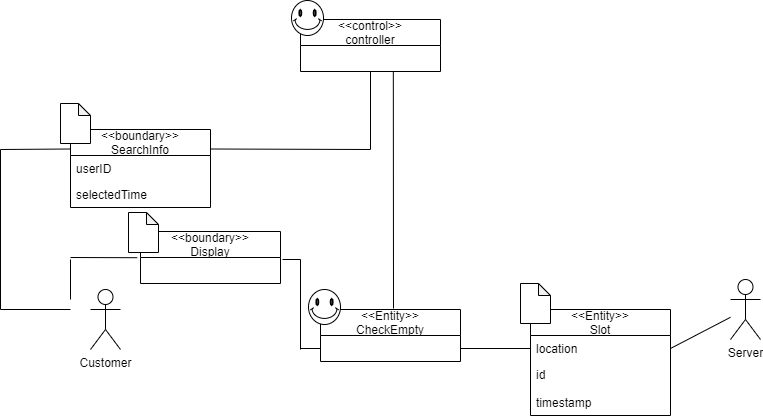
Earlier version of the draw.io export UC1_DomainModel.png (ch33233/SWE-Parking_Booking). Source tidied: cells renumbered, new cells last; positions are measured from the earlier drawing's top-left corner, leaving out a move shared by most shapes. The source it was exported from:
```xml
<mxGraphModel>
  <root>
    <mxCell id="0" />
    <mxCell id="1" parent="0" />
    <mxCell id="2" value="&lt;&lt;boundary&gt;&gt;&#10;SearchInfo" style="swimlane;fontStyle=0;horizontal=1;startSize=26;fillColor=none;" parent="1" vertex="1">
      <mxGeometry x="70" y="129" width="140" height="78" as="geometry" />
    </mxCell>
    <mxCell id="3" value="userID" style="text;strokeColor=none;fillColor=none;align=left;verticalAlign=top;spacingLeft=4;spacingRight=4;overflow=hidden;" parent="2" vertex="1">
      <mxGeometry y="26" width="140" height="26" as="geometry" />
    </mxCell>
    <mxCell id="4" value="selectedTime" style="text;strokeColor=none;fillColor=none;align=left;verticalAlign=top;spacingLeft=4;spacingRight=4;overflow=hidden;" parent="2" vertex="1">
      <mxGeometry y="52" width="140" height="26" as="geometry" />
    </mxCell>
    <mxCell id="5" value="Customer" style="shape=umlActor;verticalLabelPosition=bottom;verticalAlign=top;html=1;" parent="1" vertex="1">
      <mxGeometry x="90" y="289" width="30" height="60" as="geometry" />
    </mxCell>
    <mxCell id="6" style="endArrow=none;html=1;" parent="1" edge="1">
      <mxGeometry relative="1" as="geometry">
        <mxPoint x="70" y="309" as="sourcePoint" />
        <mxPoint y="309" as="targetPoint" />
      </mxGeometry>
    </mxCell>
    <mxCell id="7" style="endArrow=none;html=1;" parent="1" edge="1">
      <mxGeometry relative="1" as="geometry">
        <mxPoint y="309" as="sourcePoint" />
        <mxPoint y="149" as="targetPoint" />
      </mxGeometry>
    </mxCell>
    <mxCell id="8" style="endArrow=none;html=1;entryX=0;entryY=0.25;entryDx=0;entryDy=0;" parent="1" edge="1" target="2">
      <mxGeometry relative="1" as="geometry">
        <mxPoint y="149" as="sourcePoint" />
      </mxGeometry>
    </mxCell>
    <mxCell id="9" style="endArrow=none;html=1;" parent="1" edge="1" target="10">
      <mxGeometry relative="1" as="geometry">
        <mxPoint x="370" y="149" as="sourcePoint" />
      </mxGeometry>
    </mxCell>
    <mxCell id="10" value="&lt;&lt;control&gt;&gt;&#10;controller" style="swimlane;fontStyle=0;horizontal=1;startSize=26;fillColor=none;" parent="1" vertex="1">
      <mxGeometry x="300" y="19" width="140" height="52" as="geometry" />
    </mxCell>
    <mxCell id="11" style="endArrow=none;html=1;exitX=1;exitY=0.25;exitDx=0;exitDy=0;" parent="1" edge="1" source="2">
      <mxGeometry relative="1" as="geometry">
        <mxPoint x="370" y="149" as="targetPoint" />
      </mxGeometry>
    </mxCell>
    <mxCell id="12" style="endArrow=none;html=1;entryX=0.663;entryY=1.085;entryDx=0;entryDy=0;entryPerimeter=0;" parent="1" edge="1">
      <mxGeometry relative="1" as="geometry">
        <mxPoint x="393" y="308" as="sourcePoint" />
        <mxPoint x="392.8" y="71" as="targetPoint" />
      </mxGeometry>
    </mxCell>
    <mxCell id="13" value="&lt;&lt;Entity&gt;&gt;&#10;CheckEmpty" style="swimlane;fontStyle=0;horizontal=1;startSize=26;fillColor=none;" parent="1" vertex="1">
      <mxGeometry x="320" y="309" width="140" height="52" as="geometry" />
    </mxCell>
    <mxCell id="14" style="endArrow=none;html=1;exitX=1;exitY=0.5;exitDx=0;exitDy=0;" parent="1" edge="1">
      <mxGeometry relative="1" as="geometry">
        <mxPoint x="460" y="348" as="sourcePoint" />
        <mxPoint x="530" y="348" as="targetPoint" />
      </mxGeometry>
    </mxCell>
    <mxCell id="15" value="&lt;&lt;Entity&gt;&gt;&#10;Slot" style="swimlane;fontStyle=0;horizontal=1;startSize=26;fillColor=none;" parent="1" vertex="1">
      <mxGeometry x="530" y="309" width="140" height="106" as="geometry" />
    </mxCell>
    <mxCell id="16" value="location" style="text;strokeColor=none;fillColor=none;align=left;verticalAlign=top;spacingLeft=4;spacingRight=4;overflow=hidden;points=[[0,0.5],[1,0.5]];portConstraint=eastwest;" parent="15" vertex="1">
      <mxGeometry y="26" width="140" height="26" as="geometry" />
    </mxCell>
    <mxCell id="17" value="id" style="text;strokeColor=none;fillColor=none;align=left;verticalAlign=top;spacingLeft=4;spacingRight=4;overflow=hidden;" parent="15" vertex="1">
      <mxGeometry y="52" width="140" height="28" as="geometry" />
    </mxCell>
    <mxCell id="18" value="timestamp" style="text;strokeColor=none;fillColor=none;align=left;verticalAlign=top;spacingLeft=4;spacingRight=4;overflow=hidden;" parent="15" vertex="1">
      <mxGeometry y="80" width="140" height="26" as="geometry" />
    </mxCell>
    <mxCell id="19" value="Server" style="shape=umlActor;verticalLabelPosition=bottom;verticalAlign=top;html=1;" parent="1" vertex="1">
      <mxGeometry x="730" y="279" width="30" height="60" as="geometry" />
    </mxCell>
    <mxCell id="20" style="endArrow=none;html=1;exitX=1;exitY=0.5;exitDx=0;exitDy=0;" parent="1" edge="1" source="16" target="19">
      <mxGeometry relative="1" as="geometry" />
    </mxCell>
    <mxCell id="21" value="&lt;&lt;boundary&gt;&gt;&#10;Display" style="swimlane;fontStyle=0;horizontal=1;startSize=26;fillColor=none;" parent="1" vertex="1">
      <mxGeometry x="140" y="231" width="140" height="52" as="geometry" />
    </mxCell>
    <mxCell id="22" style="endArrow=none;html=1;exitX=0;exitY=0.75;exitDx=0;exitDy=0;" parent="1" edge="1" source="13">
      <mxGeometry relative="1" as="geometry">
        <mxPoint x="300" y="348" as="targetPoint" />
      </mxGeometry>
    </mxCell>
    <mxCell id="23" style="endArrow=none;html=1;" parent="1" edge="1">
      <mxGeometry relative="1" as="geometry">
        <mxPoint x="300" y="349" as="sourcePoint" />
        <mxPoint x="300" y="259" as="targetPoint" />
      </mxGeometry>
    </mxCell>
    <mxCell id="24" style="endArrow=none;html=1;" parent="1" edge="1">
      <mxGeometry relative="1" as="geometry">
        <mxPoint x="300" y="259" as="sourcePoint" />
        <mxPoint x="282" y="259" as="targetPoint" />
      </mxGeometry>
    </mxCell>
    <mxCell id="25" style="endArrow=none;html=1;exitX=-0.023;exitY=0.008;exitDx=0;exitDy=0;exitPerimeter=0;" parent="1" edge="1">
      <mxGeometry relative="1" as="geometry">
        <mxPoint x="136.8" y="257.2" as="sourcePoint" />
        <mxPoint x="70" y="257" as="targetPoint" />
      </mxGeometry>
    </mxCell>
    <mxCell id="26" style="endArrow=none;html=1;" parent="1" edge="1">
      <mxGeometry relative="1" as="geometry">
        <mxPoint x="70" y="259" as="sourcePoint" />
        <mxPoint x="70" y="299" as="targetPoint" />
      </mxGeometry>
    </mxCell>
    <mxCell id="27" style="shape=note;whiteSpace=wrap;html=1;backgroundOutline=1;darkOpacity=0.05;size=12;" parent="1" vertex="1">
      <mxGeometry x="60" y="103" width="30" height="40" as="geometry" />
    </mxCell>
    <mxCell id="28" style="shape=note;whiteSpace=wrap;html=1;backgroundOutline=1;darkOpacity=0.05;size=12;" parent="1" vertex="1">
      <mxGeometry x="520" y="283" width="30" height="40" as="geometry" />
    </mxCell>
    <mxCell id="29" style="verticalLabelPosition=bottom;verticalAlign=top;html=1;shape=mxgraph.basic.smiley;" parent="1" vertex="1">
      <mxGeometry x="308" y="289" width="32" height="35" as="geometry" />
    </mxCell>
    <mxCell id="30" style="shape=note;whiteSpace=wrap;html=1;backgroundOutline=1;darkOpacity=0.05;size=12;" parent="1" vertex="1">
      <mxGeometry x="128" y="212" width="30" height="40" as="geometry" />
    </mxCell>
    <mxCell id="31" style="verticalLabelPosition=bottom;verticalAlign=top;html=1;shape=mxgraph.basic.smiley;" parent="1" vertex="1">
      <mxGeometry x="291" width="32" height="35" as="geometry" />
    </mxCell>
  </root>
</mxGraphModel>
```
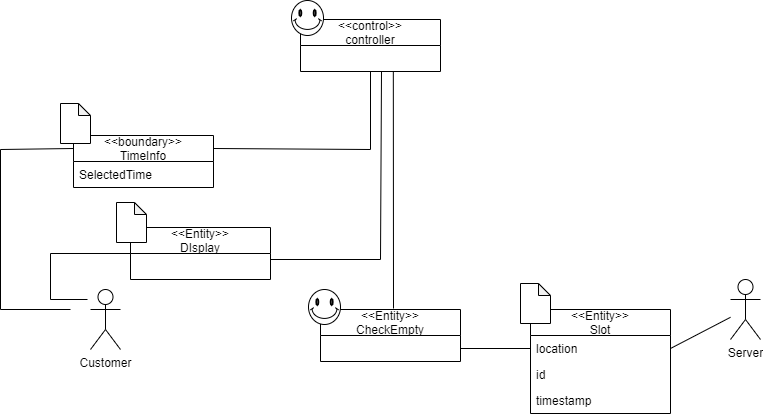
The same file after the commit.

The edit, as a diff of the source:
```diff
@@ -2,74 +2,71 @@
   <root>
     <mxCell id="0" />
     <mxCell id="1" parent="0" />
-    <mxCell id="2" value="&lt;&lt;boundary&gt;&gt;&#10;SearchInfo" style="swimlane;fontStyle=0;horizontal=1;startSize=26;fillColor=none;" parent="1" vertex="1">
-      <mxGeometry x="70" y="129" width="140" height="78" as="geometry" />
-    </mxCell>
-    <mxCell id="3" value="userID" style="text;strokeColor=none;fillColor=none;align=left;verticalAlign=top;spacingLeft=4;spacingRight=4;overflow=hidden;" parent="2" vertex="1">
-      <mxGeometry y="26" width="140" height="26" as="geometry" />
-    </mxCell>
-    <mxCell id="4" value="selectedTime" style="text;strokeColor=none;fillColor=none;align=left;verticalAlign=top;spacingLeft=4;spacingRight=4;overflow=hidden;" parent="2" vertex="1">
-      <mxGeometry y="52" width="140" height="26" as="geometry" />
-    </mxCell>
+    <mxCell id="32" value="&lt;&lt;boundary&gt;&gt;&#10;TimeInfo" style="swimlane;fontStyle=0;horizontal=1;startSize=26;fillColor=none;" parent="1" vertex="1">
+      <mxGeometry x="73" y="135" width="140" height="52" as="geometry" />
+    </mxCell>
+    <mxCell id="33" value="SelectedTime" style="text;strokeColor=none;fillColor=none;align=left;verticalAlign=top;spacingLeft=4;spacingRight=4;overflow=hidden;" parent="32" vertex="1">
+      <mxGeometry y="26" width="140" height="26" as="geometry" />
+    </mxCell>
     <mxCell id="5" value="Customer" style="shape=umlActor;verticalLabelPosition=bottom;verticalAlign=top;html=1;" parent="1" vertex="1">
       <mxGeometry x="90" y="289" width="30" height="60" as="geometry" />
     </mxCell>
-    <mxCell id="6" style="endArrow=none;html=1;" parent="1" edge="1">
-      <mxGeometry relative="1" as="geometry">
-        <mxPoint x="70" y="309" as="sourcePoint" />
-        <mxPoint y="309" as="targetPoint" />
-      </mxGeometry>
-    </mxCell>
-    <mxCell id="7" style="endArrow=none;html=1;" parent="1" edge="1">
-      <mxGeometry relative="1" as="geometry">
-        <mxPoint y="309" as="sourcePoint" />
-        <mxPoint y="149" as="targetPoint" />
-      </mxGeometry>
-    </mxCell>
-    <mxCell id="8" style="endArrow=none;html=1;entryX=0;entryY=0.25;entryDx=0;entryDy=0;" parent="1" edge="1" target="2">
-      <mxGeometry relative="1" as="geometry">
-        <mxPoint y="149" as="sourcePoint" />
-      </mxGeometry>
-    </mxCell>
-    <mxCell id="9" style="endArrow=none;html=1;" parent="1" edge="1" target="10">
-      <mxGeometry relative="1" as="geometry">
-        <mxPoint x="370" y="149" as="sourcePoint" />
-      </mxGeometry>
-    </mxCell>
+    <mxCell id="34" style="endArrow=none;html=1;" parent="1" edge="1">
+      <mxGeometry relative="1" as="geometry">
+        <mxPoint x="70" y="309" as="sourcePoint" />
+        <mxPoint y="309" as="targetPoint" />
+      </mxGeometry>
+    </mxCell>
+    <mxCell id="35" style="endArrow=none;html=1;" parent="1" edge="1">
+      <mxGeometry relative="1" as="geometry">
+        <mxPoint y="309" as="sourcePoint" />
+        <mxPoint y="149" as="targetPoint" />
+      </mxGeometry>
+    </mxCell>
+    <mxCell id="36" style="endArrow=none;html=1;entryX=0;entryY=0.25;entryDx=0;entryDy=0;" parent="1" edge="1" target="32">
+      <mxGeometry relative="1" as="geometry">
+        <mxPoint y="149" as="sourcePoint" />
+      </mxGeometry>
+    </mxCell>
+    <mxCell id="37" style="endArrow=none;html=1;" parent="1" edge="1" target="10">
+      <mxGeometry relative="1" as="geometry">
+        <mxPoint x="370" y="149" as="sourcePoint" />
+      </mxGeometry>
+    </mxCell>
     <mxCell id="10" value="&lt;&lt;control&gt;&gt;&#10;controller" style="swimlane;fontStyle=0;horizontal=1;startSize=26;fillColor=none;" parent="1" vertex="1">
       <mxGeometry x="300" y="19" width="140" height="52" as="geometry" />
     </mxCell>
-    <mxCell id="11" style="endArrow=none;html=1;exitX=1;exitY=0.25;exitDx=0;exitDy=0;" parent="1" edge="1" source="2">
-      <mxGeometry relative="1" as="geometry">
-        <mxPoint x="370" y="149" as="targetPoint" />
-      </mxGeometry>
-    </mxCell>
-    <mxCell id="12" style="endArrow=none;html=1;entryX=0.663;entryY=1.085;entryDx=0;entryDy=0;entryPerimeter=0;" parent="1" edge="1">
-      <mxGeometry relative="1" as="geometry">
-        <mxPoint x="393" y="308" as="sourcePoint" />
-        <mxPoint x="392.8" y="71" as="targetPoint" />
-      </mxGeometry>
-    </mxCell>
+    <mxCell id="38" style="endArrow=none;html=1;exitX=1;exitY=0.25;exitDx=0;exitDy=0;" parent="1" edge="1" source="32">
+      <mxGeometry relative="1" as="geometry">
+        <mxPoint x="370" y="149" as="targetPoint" />
+      </mxGeometry>
+    </mxCell>
+    <mxCell id="39" style="endArrow=none;html=1;entryX=0.663;entryY=1.085;entryDx=0;entryDy=0;entryPerimeter=0;" parent="1" edge="1">
+      <mxGeometry relative="1" as="geometry">
+        <mxPoint x="393" y="308" as="sourcePoint" />
+        <mxPoint x="392.8" y="71" as="targetPoint" />
+      </mxGeometry>
+    </mxCell>
     <mxCell id="13" value="&lt;&lt;Entity&gt;&gt;&#10;CheckEmpty" style="swimlane;fontStyle=0;horizontal=1;startSize=26;fillColor=none;" parent="1" vertex="1">
       <mxGeometry x="320" y="309" width="140" height="52" as="geometry" />
     </mxCell>
-    <mxCell id="14" style="endArrow=none;html=1;exitX=1;exitY=0.5;exitDx=0;exitDy=0;" parent="1" edge="1">
-      <mxGeometry relative="1" as="geometry">
-        <mxPoint x="460" y="348" as="sourcePoint" />
-        <mxPoint x="530" y="348" as="targetPoint" />
-      </mxGeometry>
-    </mxCell>
+    <mxCell id="40" style="endArrow=none;html=1;exitX=1;exitY=0.5;exitDx=0;exitDy=0;" parent="1" edge="1">
+      <mxGeometry relative="1" as="geometry">
+        <mxPoint x="460" y="348" as="sourcePoint" />
+        <mxPoint x="530" y="348" as="targetPoint" />
+      </mxGeometry>
+    </mxCell>
     <mxCell id="15" value="&lt;&lt;Entity&gt;&gt;&#10;Slot" style="swimlane;fontStyle=0;horizontal=1;startSize=26;fillColor=none;" parent="1" vertex="1">
-      <mxGeometry x="530" y="309" width="140" height="106" as="geometry" />
+      <mxGeometry x="530" y="309" width="140" height="104" as="geometry" />
     </mxCell>
     <mxCell id="16" value="location" style="text;strokeColor=none;fillColor=none;align=left;verticalAlign=top;spacingLeft=4;spacingRight=4;overflow=hidden;points=[[0,0.5],[1,0.5]];portConstraint=eastwest;" parent="15" vertex="1">
       <mxGeometry y="26" width="140" height="26" as="geometry" />
     </mxCell>
     <mxCell id="17" value="id" style="text;strokeColor=none;fillColor=none;align=left;verticalAlign=top;spacingLeft=4;spacingRight=4;overflow=hidden;" parent="15" vertex="1">
-      <mxGeometry y="52" width="140" height="28" as="geometry" />
+      <mxGeometry y="52" width="140" height="26" as="geometry" />
     </mxCell>
     <mxCell id="18" value="timestamp" style="text;strokeColor=none;fillColor=none;align=left;verticalAlign=top;spacingLeft=4;spacingRight=4;overflow=hidden;" parent="15" vertex="1">
-      <mxGeometry y="80" width="140" height="26" as="geometry" />
+      <mxGeometry y="78" width="140" height="26" as="geometry" />
     </mxCell>
     <mxCell id="19" value="Server" style="shape=umlActor;verticalLabelPosition=bottom;verticalAlign=top;html=1;" parent="1" vertex="1">
       <mxGeometry x="730" y="279" width="30" height="60" as="geometry" />
@@ -77,52 +74,52 @@
     <mxCell id="20" style="endArrow=none;html=1;exitX=1;exitY=0.5;exitDx=0;exitDy=0;" parent="1" edge="1" source="16" target="19">
       <mxGeometry relative="1" as="geometry" />
     </mxCell>
-    <mxCell id="21" value="&lt;&lt;boundary&gt;&gt;&#10;Display" style="swimlane;fontStyle=0;horizontal=1;startSize=26;fillColor=none;" parent="1" vertex="1">
-      <mxGeometry x="140" y="231" width="140" height="52" as="geometry" />
-    </mxCell>
-    <mxCell id="22" style="endArrow=none;html=1;exitX=0;exitY=0.75;exitDx=0;exitDy=0;" parent="1" edge="1" source="13">
-      <mxGeometry relative="1" as="geometry">
-        <mxPoint x="300" y="348" as="targetPoint" />
-      </mxGeometry>
-    </mxCell>
-    <mxCell id="23" style="endArrow=none;html=1;" parent="1" edge="1">
-      <mxGeometry relative="1" as="geometry">
-        <mxPoint x="300" y="349" as="sourcePoint" />
-        <mxPoint x="300" y="259" as="targetPoint" />
-      </mxGeometry>
-    </mxCell>
-    <mxCell id="24" style="endArrow=none;html=1;" parent="1" edge="1">
-      <mxGeometry relative="1" as="geometry">
-        <mxPoint x="300" y="259" as="sourcePoint" />
-        <mxPoint x="282" y="259" as="targetPoint" />
-      </mxGeometry>
-    </mxCell>
-    <mxCell id="25" style="endArrow=none;html=1;exitX=-0.023;exitY=0.008;exitDx=0;exitDy=0;exitPerimeter=0;" parent="1" edge="1">
-      <mxGeometry relative="1" as="geometry">
-        <mxPoint x="136.8" y="257.2" as="sourcePoint" />
-        <mxPoint x="70" y="257" as="targetPoint" />
-      </mxGeometry>
-    </mxCell>
-    <mxCell id="26" style="endArrow=none;html=1;" parent="1" edge="1">
-      <mxGeometry relative="1" as="geometry">
-        <mxPoint x="70" y="259" as="sourcePoint" />
-        <mxPoint x="70" y="299" as="targetPoint" />
-      </mxGeometry>
-    </mxCell>
-    <mxCell id="27" style="shape=note;whiteSpace=wrap;html=1;backgroundOutline=1;darkOpacity=0.05;size=12;" parent="1" vertex="1">
-      <mxGeometry x="60" y="103" width="30" height="40" as="geometry" />
-    </mxCell>
-    <mxCell id="28" style="shape=note;whiteSpace=wrap;html=1;backgroundOutline=1;darkOpacity=0.05;size=12;" parent="1" vertex="1">
-      <mxGeometry x="520" y="283" width="30" height="40" as="geometry" />
-    </mxCell>
-    <mxCell id="29" style="verticalLabelPosition=bottom;verticalAlign=top;html=1;shape=mxgraph.basic.smiley;" parent="1" vertex="1">
-      <mxGeometry x="308" y="289" width="32" height="35" as="geometry" />
-    </mxCell>
-    <mxCell id="30" style="shape=note;whiteSpace=wrap;html=1;backgroundOutline=1;darkOpacity=0.05;size=12;" parent="1" vertex="1">
-      <mxGeometry x="128" y="212" width="30" height="40" as="geometry" />
-    </mxCell>
-    <mxCell id="31" style="verticalLabelPosition=bottom;verticalAlign=top;html=1;shape=mxgraph.basic.smiley;" parent="1" vertex="1">
-      <mxGeometry x="291" width="32" height="35" as="geometry" />
-    </mxCell>
+    <mxCell id="41" style="shape=note;whiteSpace=wrap;html=1;backgroundOutline=1;darkOpacity=0.05;size=12;" parent="1" vertex="1">
+      <mxGeometry x="60" y="103" width="30" height="40" as="geometry" />
+    </mxCell>
+    <mxCell id="42" style="shape=note;whiteSpace=wrap;html=1;backgroundOutline=1;darkOpacity=0.05;size=12;" parent="1" vertex="1">
+      <mxGeometry x="520" y="283" width="30" height="40" as="geometry" />
+    </mxCell>
+    <mxCell id="43" style="verticalLabelPosition=bottom;verticalAlign=top;html=1;shape=mxgraph.basic.smiley;" parent="1" vertex="1">
+      <mxGeometry x="308" y="289" width="32" height="35" as="geometry" />
+    </mxCell>
+    <mxCell id="44" style="verticalLabelPosition=bottom;verticalAlign=top;html=1;shape=mxgraph.basic.smiley;" parent="1" vertex="1">
+      <mxGeometry x="291" width="32" height="35" as="geometry" />
+    </mxCell>
+    <mxCell id="45" style="endArrow=none;html=1;" parent="1" edge="1">
+      <mxGeometry relative="1" as="geometry">
+        <mxPoint x="380" y="259" as="sourcePoint" />
+        <mxPoint x="381" y="71" as="targetPoint" />
+      </mxGeometry>
+    </mxCell>
+    <mxCell id="46" style="endArrow=none;html=1;" parent="1" edge="1">
+      <mxGeometry relative="1" as="geometry">
+        <mxPoint x="270" y="259" as="sourcePoint" />
+        <mxPoint x="380" y="259" as="targetPoint" />
+      </mxGeometry>
+    </mxCell>
+    <mxCell id="47" value="&lt;&lt;Entity&gt;&gt;&#10;DIsplay" style="swimlane;fontStyle=0;horizontal=1;startSize=26;fillColor=none;" parent="1" vertex="1">
+      <mxGeometry x="130" y="227" width="140" height="52" as="geometry" />
+    </mxCell>
+    <mxCell id="48" style="shape=note;whiteSpace=wrap;html=1;backgroundOutline=1;darkOpacity=0.05;size=12;" parent="1" vertex="1">
+      <mxGeometry x="116" y="202" width="30" height="40" as="geometry" />
+    </mxCell>
+    <mxCell id="49" style="endArrow=none;html=1;exitX=0;exitY=0.5;exitDx=0;exitDy=0;" parent="1" edge="1" source="47">
+      <mxGeometry relative="1" as="geometry">
+        <mxPoint x="50" y="253" as="targetPoint" />
+      </mxGeometry>
+    </mxCell>
+    <mxCell id="50" style="endArrow=none;html=1;" parent="1" edge="1">
+      <mxGeometry relative="1" as="geometry">
+        <mxPoint x="50" y="253" as="sourcePoint" />
+        <mxPoint x="50" y="299" as="targetPoint" />
+      </mxGeometry>
+    </mxCell>
+    <mxCell id="51" style="endArrow=none;html=1;" parent="1" edge="1">
+      <mxGeometry relative="1" as="geometry">
+        <mxPoint x="50" y="299" as="sourcePoint" />
+        <mxPoint x="87" y="299" as="targetPoint" />
+      </mxGeometry>
+    </mxCell>
   </root>
 </mxGraphModel>
```
